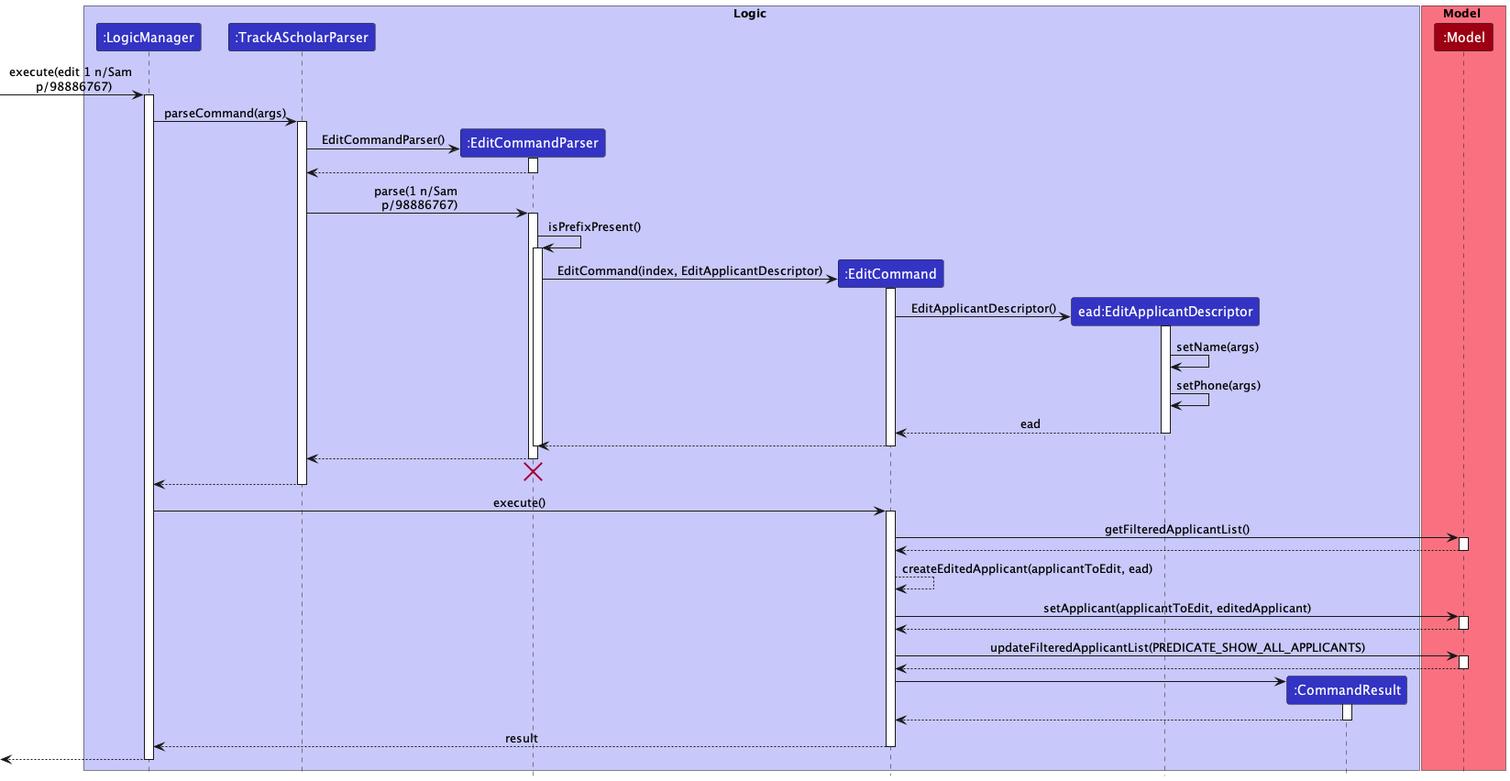
Before: docs/images/EditSequenceDiagram.png, a diagram exported from PlantUML (nus-cs2103-AY2223S1/tp).
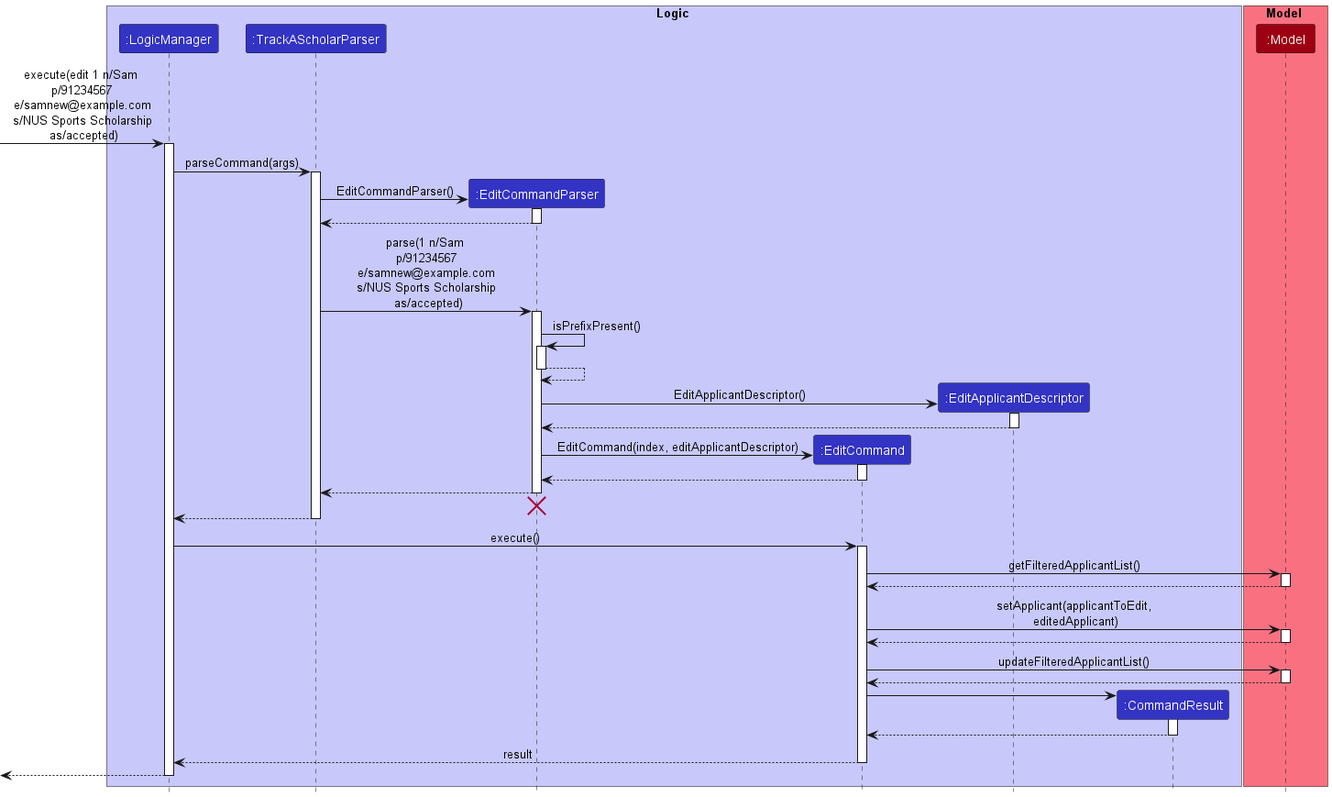
Later version of the same file.

The edit, as a diff of the source:
```diff
@@ -8,7 +8,7 @@
 participant ":EditCommandParser" as EditCommandParser LOGIC_COLOR
 
 participant ":EditCommand" as EditCommand LOGIC_COLOR
-participant "ead:EditApplicantDescriptor" as EditApplicantDescriptor LOGIC_COLOR
+participant ":EditApplicantDescriptor" as EditApplicantDescriptor LOGIC_COLOR
 participant ":CommandResult" as CommandResult LOGIC_COLOR
 end box
 
@@ -16,7 +16,7 @@
 participant ":Model" as Model MODEL_COLOR
 end box
 
-[-> LogicManager : execute(edit 1 n/Sam \n p/98886767)
+[-> LogicManager : execute(edit 1 n/Sam \n p/91234567 \n e/samnew@example.com \n s/NUS Sports Scholarship \n as/accepted)
 activate LogicManager
 
 LogicManager -> TrackAScholarParser : parseCommand(args)
@@ -30,32 +30,29 @@
 deactivate EditCommandParser
 
 
-TrackAScholarParser -> EditCommandParser : parse(1 n/Sam \n p/98886767)
+TrackAScholarParser -> EditCommandParser : parse(1 n/Sam \n p/91234567 \n e/samnew@example.com \n s/NUS Sports Scholarship \n as/accepted)
 activate EditCommandParser
 
 
 EditCommandParser -> EditCommandParser : isPrefixPresent()
 activate EditCommandParser
 
+EditCommandParser --> EditCommandParser
+deactivate EditCommandParser
+
+create EditApplicantDescriptor
+EditCommandParser -> EditApplicantDescriptor : EditApplicantDescriptor()
+activate EditApplicantDescriptor
+
+EditApplicantDescriptor --> EditCommandParser
+deactivate EditApplicantDescriptor
 
 create EditCommand
-EditCommandParser -> EditCommand : EditCommand(index, EditApplicantDescriptor)
+EditCommandParser -> EditCommand : EditCommand(index, editApplicantDescriptor)
 activate EditCommand
-
-create EditApplicantDescriptor
-EditCommand -> EditApplicantDescriptor : EditApplicantDescriptor()
-activate EditApplicantDescriptor
-
-EditApplicantDescriptor -> EditApplicantDescriptor : setName(args)
-
-EditApplicantDescriptor -> EditApplicantDescriptor : setPhone(args)
-
-EditApplicantDescriptor --> EditCommand :ead
-deactivate EditApplicantDescriptor
 
 EditCommand --> EditCommandParser
 deactivate EditCommand
-deactivate EditCommandParser
 
 EditCommandParser --> TrackAScholarParser
 deactivate EditCommandParser
@@ -75,15 +72,13 @@
 Model --> EditCommand
 deactivate
 
-EditCommand --> EditCommand : createEditedApplicant(applicantToEdit, ead)
-
-EditCommand -> Model : setApplicant(applicantToEdit, editedApplicant)
+EditCommand -> Model : setApplicant(applicantToEdit,\n editedApplicant)
 activate Model
 
 Model --> EditCommand
 deactivate
 
-EditCommand -> Model : updateFilteredApplicantList(PREDICATE_SHOW_ALL_APPLICANTS)
+EditCommand -> Model : updateFilteredApplicantList()
 activate Model
 
 Model --> EditCommand
```
